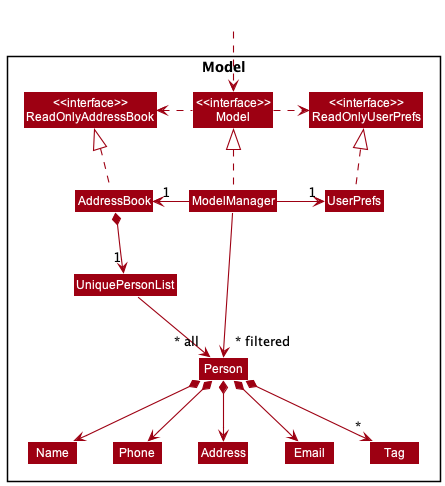
The PlantUML diagram docs/images/ModelClassDiagram.png in nus-cs2103-AY2223S1/tp, before a commit.
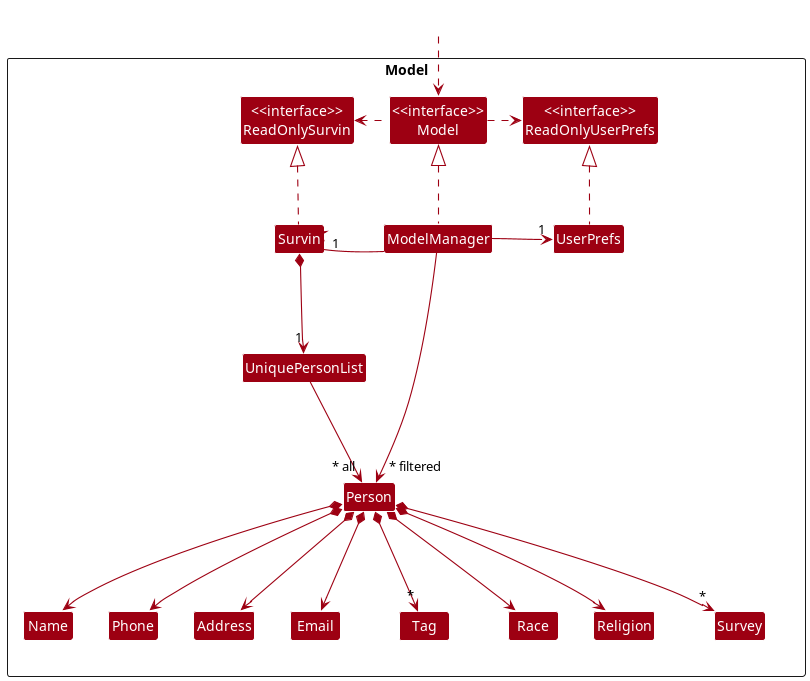
After the commit.

Commit message:
Update Model diagram

What changed in the source:
```diff
@@ -5,10 +5,10 @@
 skinparam classBackgroundColor MODEL_COLOR
 
 Package Model <<Rectangle>>{
-Class "<<interface>>\nReadOnlyAddressBook" as ReadOnlyAddressBook
+Class "<<interface>>\nReadOnlySurvin" as ReadOnlySurvin
 Class "<<interface>>\nReadOnlyUserPrefs" as ReadOnlyUserPrefs
 Class "<<interface>>\nModel" as Model
-Class AddressBook
+Class Survin
 Class ModelManager
 Class UserPrefs
 
@@ -19,27 +19,33 @@
 Class Name
 Class Phone
 Class Tag
+Class Race
+Class Religion
+Class Survey
 
 }
 
 Class HiddenOutside #FFFFFF
 HiddenOutside ..> Model
 
-AddressBook .up.|> ReadOnlyAddressBook
+Survin .up.|> ReadOnlySurvin
 
 ModelManager .up.|> Model
 Model .right.> ReadOnlyUserPrefs
-Model .left.> ReadOnlyAddressBook
-ModelManager -left-> "1" AddressBook
+Model .left.> ReadOnlySurvin
+ModelManager -left-> "1" Survin
 ModelManager -right-> "1" UserPrefs
 UserPrefs .up.|> ReadOnlyUserPrefs
 
-AddressBook *--> "1" UniquePersonList
+Survin *--> "1" UniquePersonList
 UniquePersonList --> "~* all" Person
 Person *--> Name
 Person *--> Phone
 Person *--> Email
 Person *--> Address
+Person *--> Race
+Person *--> Religion
+Person *--> "*" Survey
 Person *--> "*" Tag
 
 Name -[hidden]right-> Phone
```
